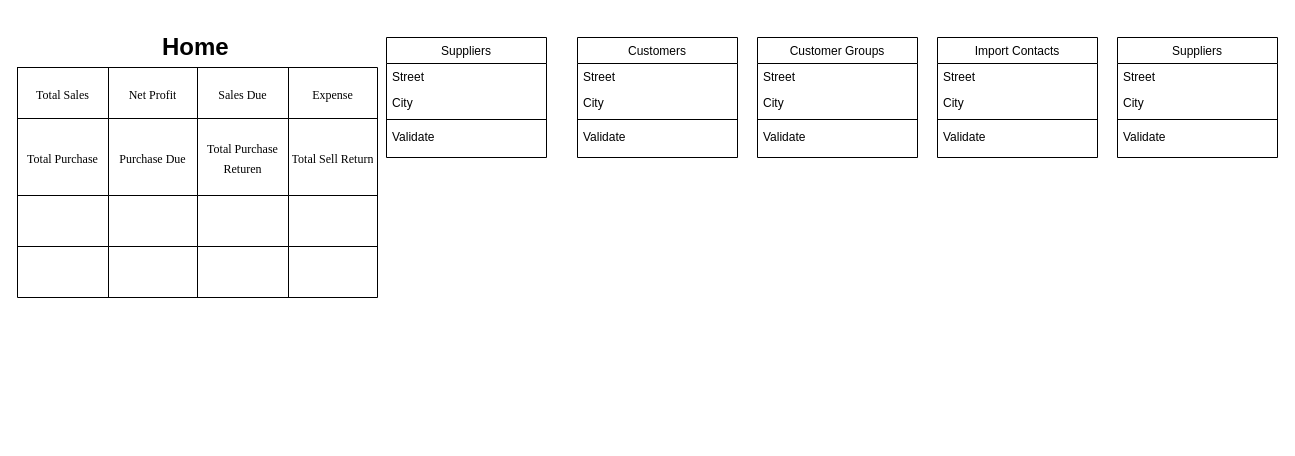
Above: PMS.drawio in walidulhasan/UML (draw.io), before the change. Source tidied: cells renumbered, new cells numbered last; positions are measured from the earlier drawing's top-left corner, leaving out a move shared by most shapes. Both pictures are drawn from the tidied source at 100%, with x=0, y=0 at pixel (17, 27).
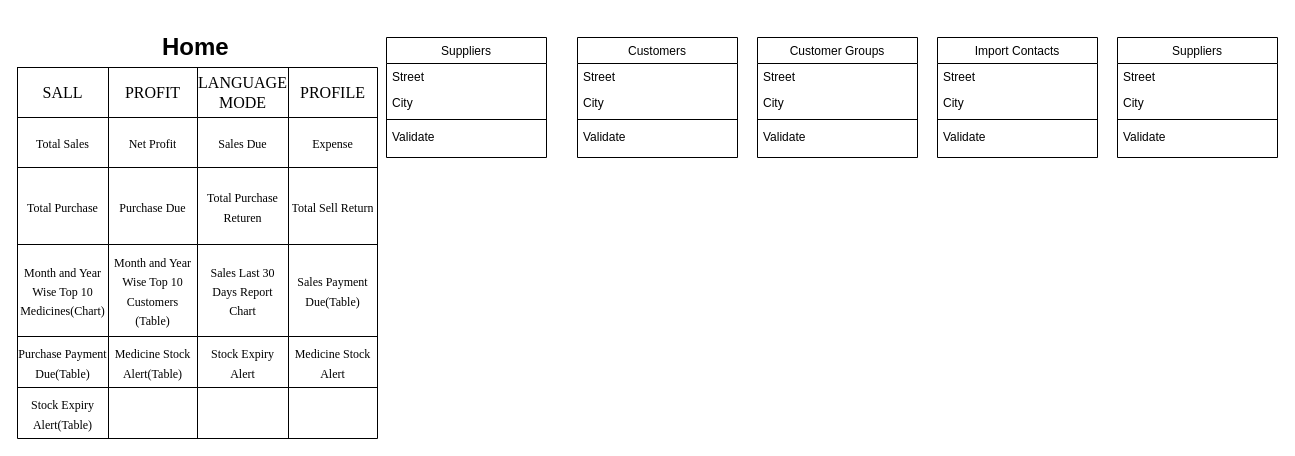
After the change.

Change to the diagram source:
```diff
@@
     <mxCell id="7" style="shape=table;startSize=0;childLayout=tableLayout;fontSize=16;" parent="1" vertex="1">
-      <mxGeometry y="40" width="360" height="230" as="geometry" />
+      <mxGeometry y="40" width="360" height="371" as="geometry" />
     </mxCell>
+    <mxCell id="49" style="shape=tableRow;horizontal=0;startSize=0;swimlaneHead=0;swimlaneBody=0;strokeColor=inherit;top=0;left=0;bottom=0;right=0;fillColor=none;fontSize=16;" parent="7" vertex="1">
+      <mxGeometry width="360" height="50" as="geometry" />
+    </mxCell>
+    <mxCell id="50" value="&lt;font face=&quot;Times New Roman&quot;&gt;SALL&lt;/font&gt;" style="shape=partialRectangle;html=1;whiteSpace=wrap;strokeColor=inherit;overflow=hidden;fillColor=none;top=0;left=0;bottom=0;right=0;fontSize=16;" parent="49" vertex="1">
+      <mxGeometry width="91" height="50" as="geometry" />
+    </mxCell>
+    <mxCell id="51" value="&lt;font face=&quot;Times New Roman&quot;&gt;PROFIT&lt;/font&gt;" style="shape=partialRectangle;html=1;whiteSpace=wrap;strokeColor=inherit;overflow=hidden;fillColor=none;top=0;left=0;bottom=0;right=0;fontSize=16;" parent="49" vertex="1">
+      <mxGeometry x="91" width="89" height="50" as="geometry" />
+    </mxCell>
+    <mxCell id="52" value="&lt;font face=&quot;Times New Roman&quot;&gt;LANGUAGE MODE&lt;/font&gt;" style="shape=partialRectangle;html=1;whiteSpace=wrap;strokeColor=inherit;overflow=hidden;fillColor=none;top=0;left=0;bottom=0;right=0;fontSize=16;" parent="49" vertex="1">
+      <mxGeometry x="180" width="91" height="50" as="geometry" />
+    </mxCell>
+    <mxCell id="53" value="&lt;font face=&quot;Times New Roman&quot;&gt;PROFILE&lt;/font&gt;" style="shape=partialRectangle;html=1;whiteSpace=wrap;strokeColor=inherit;overflow=hidden;fillColor=none;top=0;left=0;bottom=0;right=0;fontSize=16;" parent="49" vertex="1">
+      <mxGeometry x="271" width="89" height="50" as="geometry" />
+    </mxCell>
     <mxCell id="8" style="shape=tableRow;horizontal=0;startSize=0;swimlaneHead=0;swimlaneBody=0;strokeColor=inherit;top=0;left=0;bottom=0;right=0;fillColor=none;fontSize=16;" parent="7" vertex="1">
-      <mxGeometry width="360" height="51" as="geometry" />
+      <mxGeometry y="50" width="360" height="50" as="geometry" />
     </mxCell>
     <mxCell id="9" value="&lt;font style=&quot;font-size: 12px;&quot; face=&quot;Times New Roman&quot;&gt;Total Sales&lt;/font&gt;" style="shape=partialRectangle;html=1;whiteSpace=wrap;strokeColor=inherit;overflow=hidden;fillColor=none;top=0;left=0;bottom=0;right=0;fontSize=16;" parent="8" vertex="1">
-      <mxGeometry width="91" height="51" as="geometry" />
+      <mxGeometry width="91" height="50" as="geometry" />
     </mxCell>
     <mxCell id="10" value="&lt;font style=&quot;font-size: 12px;&quot; face=&quot;Times New Roman&quot;&gt;Net Profit&lt;/font&gt;" style="shape=partialRectangle;html=1;whiteSpace=wrap;strokeColor=inherit;overflow=hidden;fillColor=none;top=0;left=0;bottom=0;right=0;fontSize=16;" parent="8" vertex="1">
-      <mxGeometry x="91" width="89" height="51" as="geometry" />
+      <mxGeometry x="91" width="89" height="50" as="geometry" />
     </mxCell>
     <mxCell id="11" value="&lt;font style=&quot;font-size: 12px;&quot; face=&quot;Times New Roman&quot;&gt;Sales Due&lt;/font&gt;" style="shape=partialRectangle;html=1;whiteSpace=wrap;strokeColor=inherit;overflow=hidden;fillColor=none;top=0;left=0;bottom=0;right=0;fontSize=16;" parent="8" vertex="1">
-      <mxGeometry x="180" width="91" height="51" as="geometry" />
+      <mxGeometry x="180" width="91" height="50" as="geometry" />
     </mxCell>
     <mxCell id="12" value="&lt;font style=&quot;font-size: 12px;&quot; face=&quot;Times New Roman&quot;&gt;Expense&lt;/font&gt;" style="shape=partialRectangle;html=1;whiteSpace=wrap;strokeColor=inherit;overflow=hidden;fillColor=none;top=0;left=0;bottom=0;right=0;fontSize=16;" parent="8" vertex="1">
-      <mxGeometry x="271" width="89" height="51" as="geometry" />
+      <mxGeometry x="271" width="89" height="50" as="geometry" />
     </mxCell>
     <mxCell id="13" style="shape=tableRow;horizontal=0;startSize=0;swimlaneHead=0;swimlaneBody=0;strokeColor=inherit;top=0;left=0;bottom=0;right=0;fillColor=none;fontSize=16;" parent="7" vertex="1">
-      <mxGeometry y="51" width="360" height="77" as="geometry" />
+      <mxGeometry y="100" width="360" height="77" as="geometry" />
     </mxCell>
@@
     <mxCell id="18" style="shape=tableRow;horizontal=0;startSize=0;swimlaneHead=0;swimlaneBody=0;strokeColor=inherit;top=0;left=0;bottom=0;right=0;fillColor=none;fontSize=16;" parent="7" vertex="1">
-      <mxGeometry y="128" width="360" height="51" as="geometry" />
+      <mxGeometry y="177" width="360" height="92" as="geometry" />
     </mxCell>
-    <mxCell id="19" style="shape=partialRectangle;html=1;whiteSpace=wrap;strokeColor=inherit;overflow=hidden;fillColor=none;top=0;left=0;bottom=0;right=0;fontSize=16;" parent="18" vertex="1">
-      <mxGeometry width="91" height="51" as="geometry" />
+    <mxCell id="19" value="&lt;font style=&quot;font-size: 12px;&quot; face=&quot;Times New Roman&quot;&gt;Month and Year Wise Top 10 Medicines(Chart)&lt;/font&gt;" style="shape=partialRectangle;html=1;whiteSpace=wrap;strokeColor=inherit;overflow=hidden;fillColor=none;top=0;left=0;bottom=0;right=0;fontSize=16;" parent="18" vertex="1">
+      <mxGeometry width="91" height="92" as="geometry" />
     </mxCell>
-    <mxCell id="20" style="shape=partialRectangle;html=1;whiteSpace=wrap;strokeColor=inherit;overflow=hidden;fillColor=none;top=0;left=0;bottom=0;right=0;fontSize=16;" parent="18" vertex="1">
-      <mxGeometry x="91" width="89" height="51" as="geometry" />
+    <mxCell id="20" value="&lt;font style=&quot;font-size: 12px;&quot; face=&quot;Times New Roman&quot;&gt;Month and Year Wise Top 10 Customers (Table)&lt;/font&gt;" style="shape=partialRectangle;html=1;whiteSpace=wrap;strokeColor=inherit;overflow=hidden;fillColor=none;top=0;left=0;bottom=0;right=0;fontSize=16;" parent="18" vertex="1">
+      <mxGeometry x="91" width="89" height="92" as="geometry" />
     </mxCell>
-    <mxCell id="21" style="shape=partialRectangle;html=1;whiteSpace=wrap;strokeColor=inherit;overflow=hidden;fillColor=none;top=0;left=0;bottom=0;right=0;fontSize=16;" parent="18" vertex="1">
-      <mxGeometry x="180" width="91" height="51" as="geometry" />
+    <mxCell id="21" value="&lt;font style=&quot;font-size: 12px;&quot; face=&quot;Times New Roman&quot;&gt;Sales Last 30 Days Report Chart&lt;/font&gt;" style="shape=partialRectangle;html=1;whiteSpace=wrap;strokeColor=inherit;overflow=hidden;fillColor=none;top=0;left=0;bottom=0;right=0;fontSize=16;" parent="18" vertex="1">
+      <mxGeometry x="180" width="91" height="92" as="geometry" />
     </mxCell>
-    <mxCell id="22" style="shape=partialRectangle;html=1;whiteSpace=wrap;strokeColor=inherit;overflow=hidden;fillColor=none;top=0;left=0;bottom=0;right=0;fontSize=16;" parent="18" vertex="1">
-      <mxGeometry x="271" width="89" height="51" as="geometry" />
+    <mxCell id="22" value="&lt;font face=&quot;Times New Roman&quot;&gt;&lt;span style=&quot;font-size: 12px;&quot;&gt;Sales Payment Due(Table)&lt;/span&gt;&lt;/font&gt;" style="shape=partialRectangle;html=1;whiteSpace=wrap;strokeColor=inherit;overflow=hidden;fillColor=none;top=0;left=0;bottom=0;right=0;fontSize=16;" parent="18" vertex="1">
+      <mxGeometry x="271" width="89" height="92" as="geometry" />
     </mxCell>
     <mxCell id="23" style="shape=tableRow;horizontal=0;startSize=0;swimlaneHead=0;swimlaneBody=0;strokeColor=inherit;top=0;left=0;bottom=0;right=0;fillColor=none;fontSize=16;" parent="7" vertex="1">
-      <mxGeometry y="179" width="360" height="51" as="geometry" />
+      <mxGeometry y="269" width="360" height="51" as="geometry" />
     </mxCell>
-    <mxCell id="24" style="shape=partialRectangle;html=1;whiteSpace=wrap;strokeColor=inherit;overflow=hidden;fillColor=none;top=0;left=0;bottom=0;right=0;fontSize=16;" parent="23" vertex="1">
+    <mxCell id="24" value="&lt;font style=&quot;font-size: 12px;&quot; face=&quot;Times New Roman&quot;&gt;Purchase Payment Due(Table)&lt;/font&gt;" style="shape=partialRectangle;html=1;whiteSpace=wrap;strokeColor=inherit;overflow=hidden;fillColor=none;top=0;left=0;bottom=0;right=0;fontSize=16;" parent="23" vertex="1">
       <mxGeometry width="91" height="51" as="geometry" />
     </mxCell>
-    <mxCell id="25" style="shape=partialRectangle;html=1;whiteSpace=wrap;strokeColor=inherit;overflow=hidden;fillColor=none;top=0;left=0;bottom=0;right=0;fontSize=16;" parent="23" vertex="1">
+    <mxCell id="25" value="&lt;font style=&quot;font-size: 12px;&quot; face=&quot;Times New Roman&quot;&gt;Medicine Stock Alert(Table)&lt;/font&gt;" style="shape=partialRectangle;html=1;whiteSpace=wrap;strokeColor=inherit;overflow=hidden;fillColor=none;top=0;left=0;bottom=0;right=0;fontSize=16;" parent="23" vertex="1">
       <mxGeometry x="91" width="89" height="51" as="geometry" />
     </mxCell>
-    <mxCell id="26" style="shape=partialRectangle;html=1;whiteSpace=wrap;strokeColor=inherit;overflow=hidden;fillColor=none;top=0;left=0;bottom=0;right=0;fontSize=16;" parent="23" vertex="1">
+    <mxCell id="26" value="&lt;font style=&quot;font-size: 12px;&quot; face=&quot;Times New Roman&quot;&gt;Stock Expiry Alert&lt;/font&gt;" style="shape=partialRectangle;html=1;whiteSpace=wrap;strokeColor=inherit;overflow=hidden;fillColor=none;top=0;left=0;bottom=0;right=0;fontSize=16;" parent="23" vertex="1">
       <mxGeometry x="180" width="91" height="51" as="geometry" />
     </mxCell>
-    <mxCell id="27" style="shape=partialRectangle;html=1;whiteSpace=wrap;strokeColor=inherit;overflow=hidden;fillColor=none;top=0;left=0;bottom=0;right=0;fontSize=16;" parent="23" vertex="1">
+    <mxCell id="27" value="&lt;font style=&quot;font-size: 12px;&quot; face=&quot;Times New Roman&quot;&gt;Medicine Stock Alert&lt;/font&gt;" style="shape=partialRectangle;html=1;whiteSpace=wrap;strokeColor=inherit;overflow=hidden;fillColor=none;top=0;left=0;bottom=0;right=0;fontSize=16;" parent="23" vertex="1">
       <mxGeometry x="271" width="89" height="51" as="geometry" />
     </mxCell>
+    <mxCell id="54" style="shape=tableRow;horizontal=0;startSize=0;swimlaneHead=0;swimlaneBody=0;strokeColor=inherit;top=0;left=0;bottom=0;right=0;fillColor=none;fontSize=16;" parent="7" vertex="1">
+      <mxGeometry y="320" width="360" height="51" as="geometry" />
+    </mxCell>
+    <mxCell id="55" value="&lt;font style=&quot;font-size: 12px;&quot; face=&quot;Times New Roman&quot;&gt;Stock Expiry Alert(Table)&lt;/font&gt;" style="shape=partialRectangle;html=1;whiteSpace=wrap;strokeColor=inherit;overflow=hidden;fillColor=none;top=0;left=0;bottom=0;right=0;fontSize=16;" parent="54" vertex="1">
+      <mxGeometry width="91" height="51" as="geometry" />
+    </mxCell>
+    <mxCell id="56" style="shape=partialRectangle;html=1;whiteSpace=wrap;strokeColor=inherit;overflow=hidden;fillColor=none;top=0;left=0;bottom=0;right=0;fontSize=16;" parent="54" vertex="1">
+      <mxGeometry x="91" width="89" height="51" as="geometry" />
+    </mxCell>
+    <mxCell id="57" style="shape=partialRectangle;html=1;whiteSpace=wrap;strokeColor=inherit;overflow=hidden;fillColor=none;top=0;left=0;bottom=0;right=0;fontSize=16;" parent="54" vertex="1">
+      <mxGeometry x="180" width="91" height="51" as="geometry" />
+    </mxCell>
+    <mxCell id="58" style="shape=partialRectangle;html=1;whiteSpace=wrap;strokeColor=inherit;overflow=hidden;fillColor=none;top=0;left=0;bottom=0;right=0;fontSize=16;" parent="54" vertex="1">
+      <mxGeometry x="271" width="89" height="51" as="geometry" />
+    </mxCell>
```
